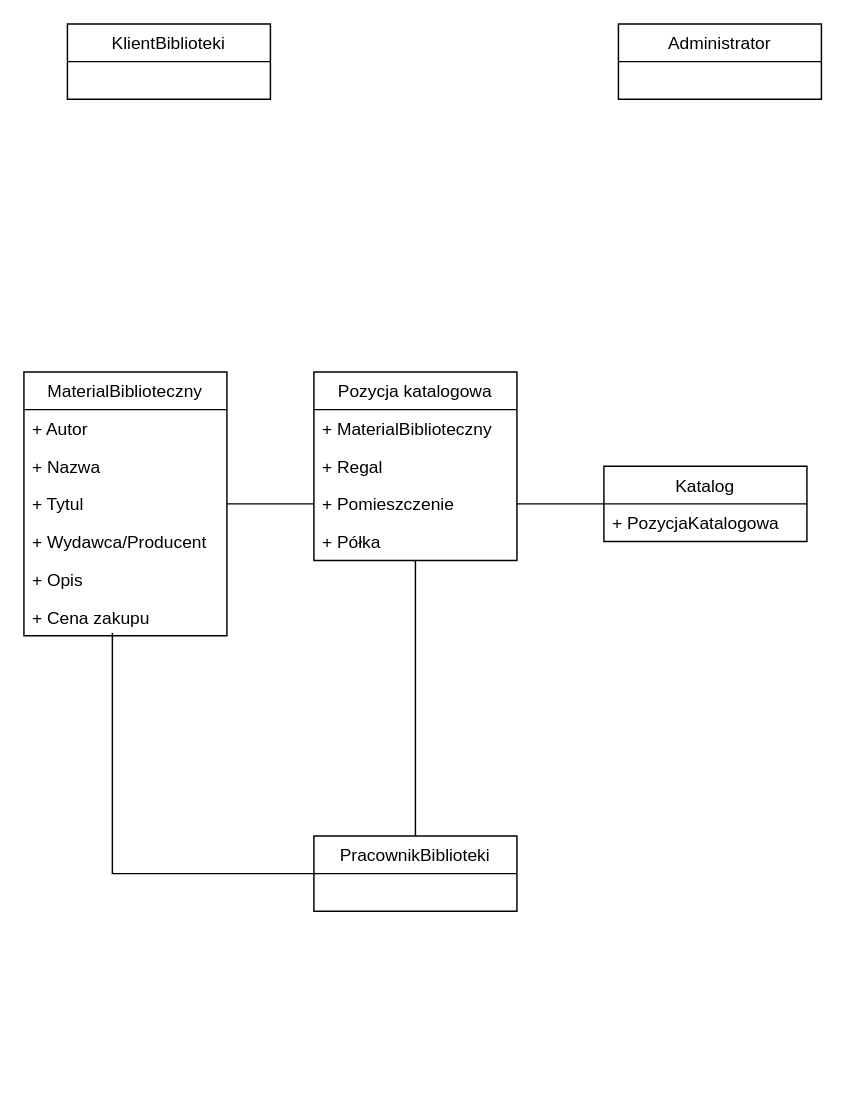
This is Class diagram.drawio from mrogur/inz_opr, a draw.io file, before an edit. Source tidied: cells renumbered, new cells numbered last; positions are measured from the earlier drawing's top-left corner, leaving out a move shared by most shapes. Both pictures are drawn from the tidied source at 145%, with x=0, y=0 at pixel (23, 23).
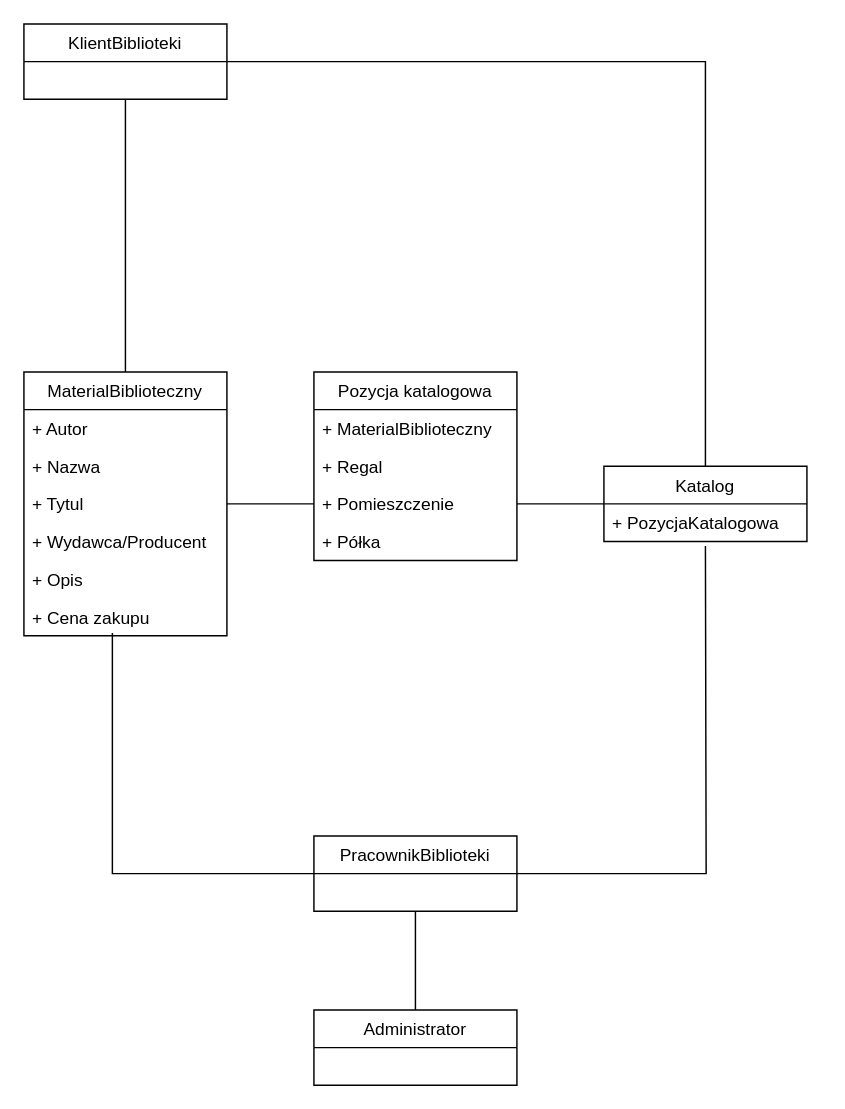
Above is the later version.

Unchanged cells that the change refers to:
```xml
<mxCell id="6" value="PracownikBiblioteki" style="swimlane;fontStyle=0;horizontal=1;startSize=26;fillColor=none;" parent="1" vertex="1">
  <mxGeometry x="200" y="560" width="140" height="52" as="geometry" />
</mxCell>
<mxCell id="7" value="MaterialBiblioteczny" style="swimlane;fontStyle=0;horizontal=1;startSize=26;fillColor=none;" parent="1" vertex="1">
  <mxGeometry y="240" width="140" height="182" as="geometry" />
</mxCell>
<mxCell id="18" value="+ Półka" style="text;strokeColor=none;fillColor=none;align=left;verticalAlign=top;spacingLeft=4;spacingRight=4;overflow=hidden;points=[[0,0.5],[1,0.5]];portConstraint=eastwest;" parent="14" vertex="1">
  <mxGeometry y="104" width="140" height="26" as="geometry" />
</mxCell>
<mxCell id="21" value="Katalog" style="swimlane;fontStyle=0;horizontal=1;startSize=26;fillColor=none;" parent="1" vertex="1">
  <mxGeometry x="400" y="305" width="140" height="52" as="geometry" />
</mxCell>
```

Diff of the diagram source:
```diff
@@
+    <mxCell id="23" style="edgeStyle=orthogonalEdgeStyle;rounded=0;jettySize=auto;html=1;entryX=0.5;entryY=1;entryDx=0;entryDy=0;endArrow=none;endFill=0;" parent="1" edge="1" source="2" target="6">
+      <mxGeometry relative="1" as="geometry" />
+    </mxCell>
     <mxCell id="2" value="Administrator" style="swimlane;fontStyle=0;horizontal=1;startSize=26;fillColor=none;" parent="1" vertex="1">
-      <mxGeometry x="410" width="140" height="52" as="geometry" />
+      <mxGeometry x="200" y="680" width="140" height="52" as="geometry" />
     </mxCell>
+    <mxCell id="24" style="edgeStyle=orthogonalEdgeStyle;rounded=0;jettySize=auto;html=1;entryX=0.5;entryY=0;entryDx=0;entryDy=0;endArrow=none;endFill=0;" parent="1" edge="1" source="3" target="7">
+      <mxGeometry relative="1" as="geometry" />
+    </mxCell>
+    <mxCell id="25" style="edgeStyle=orthogonalEdgeStyle;rounded=0;jettySize=auto;html=1;entryX=0.5;entryY=0;entryDx=0;entryDy=0;endArrow=none;endFill=0;" parent="1" edge="1" source="3" target="21">
+      <mxGeometry relative="1" as="geometry" />
+    </mxCell>
     <mxCell id="3" value="KlientBiblioteki" style="swimlane;fontStyle=0;horizontal=1;startSize=26;fillColor=none;" parent="1" vertex="1">
-      <mxGeometry x="30" width="140" height="52" as="geometry" />
+      <mxGeometry width="140" height="52" as="geometry" />
     </mxCell>
-    <mxCell id="4" style="edgeStyle=orthogonalEdgeStyle;rounded=0;jettySize=auto;html=1;entryX=0.5;entryY=1;entryDx=0;entryDy=0;entryPerimeter=0;endArrow=none;endFill=0;" parent="1" edge="1" source="6" target="18">
-      <mxGeometry relative="1" as="geometry" />
-    </mxCell>
@@
+    <mxCell id="26" style="edgeStyle=orthogonalEdgeStyle;rounded=0;jettySize=auto;html=1;endArrow=none;endFill=0;" parent="1" edge="1" source="6">
+      <mxGeometry relative="1" as="geometry">
+        <mxPoint x="470" y="360" as="targetPoint" />
+      </mxGeometry>
+    </mxCell>
```
